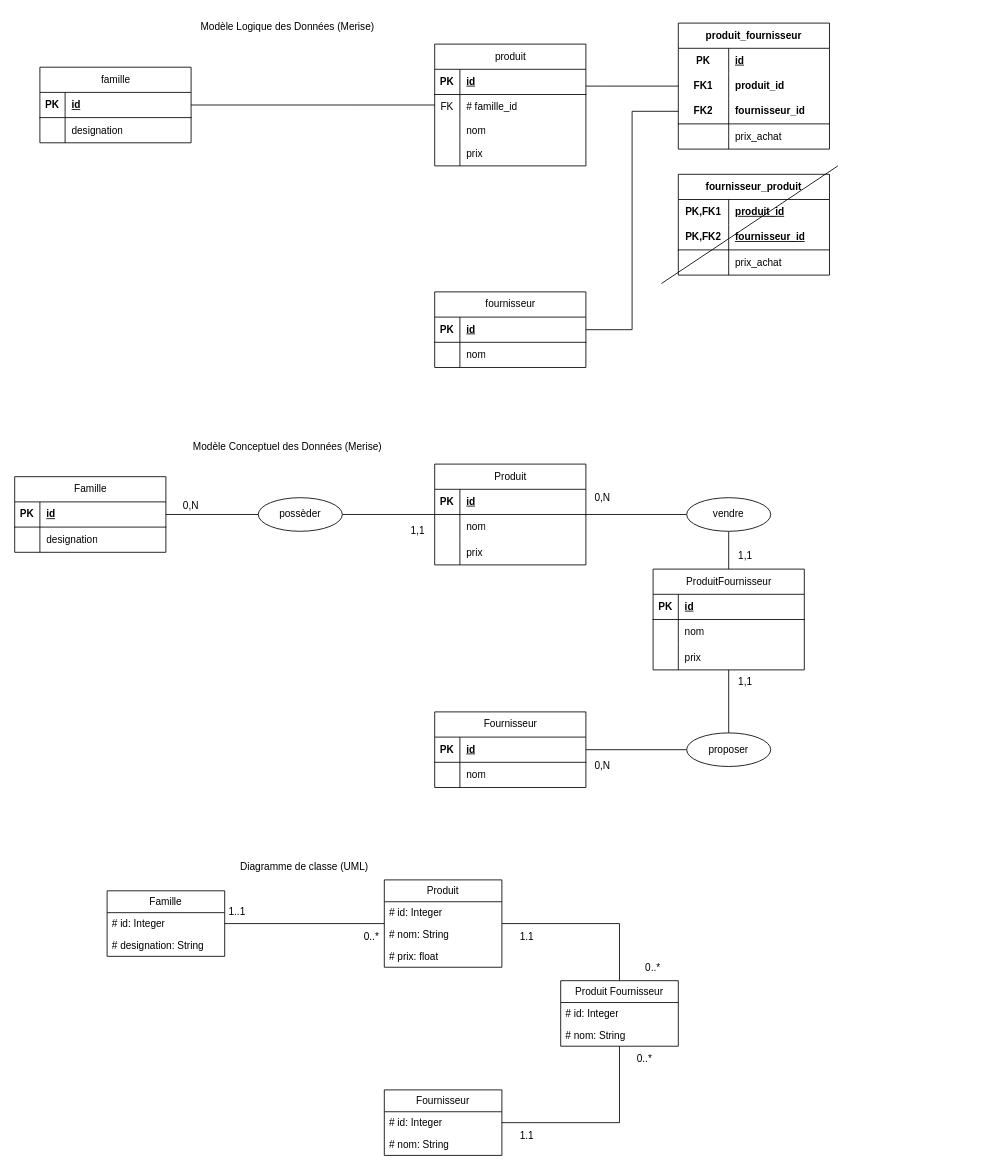
fbansept/negosud_di_l3 keeps this draw.io diagram as negosud_di_l3.drawio. Above is the earlier version. Source tidied: cells renumbered, new cells numbered last; positions are measured from the earlier drawing's top-left corner, leaving out a move shared by most shapes. Both pictures are drawn from the tidied source at 84%, with x=0, y=0 at pixel (14, 14).
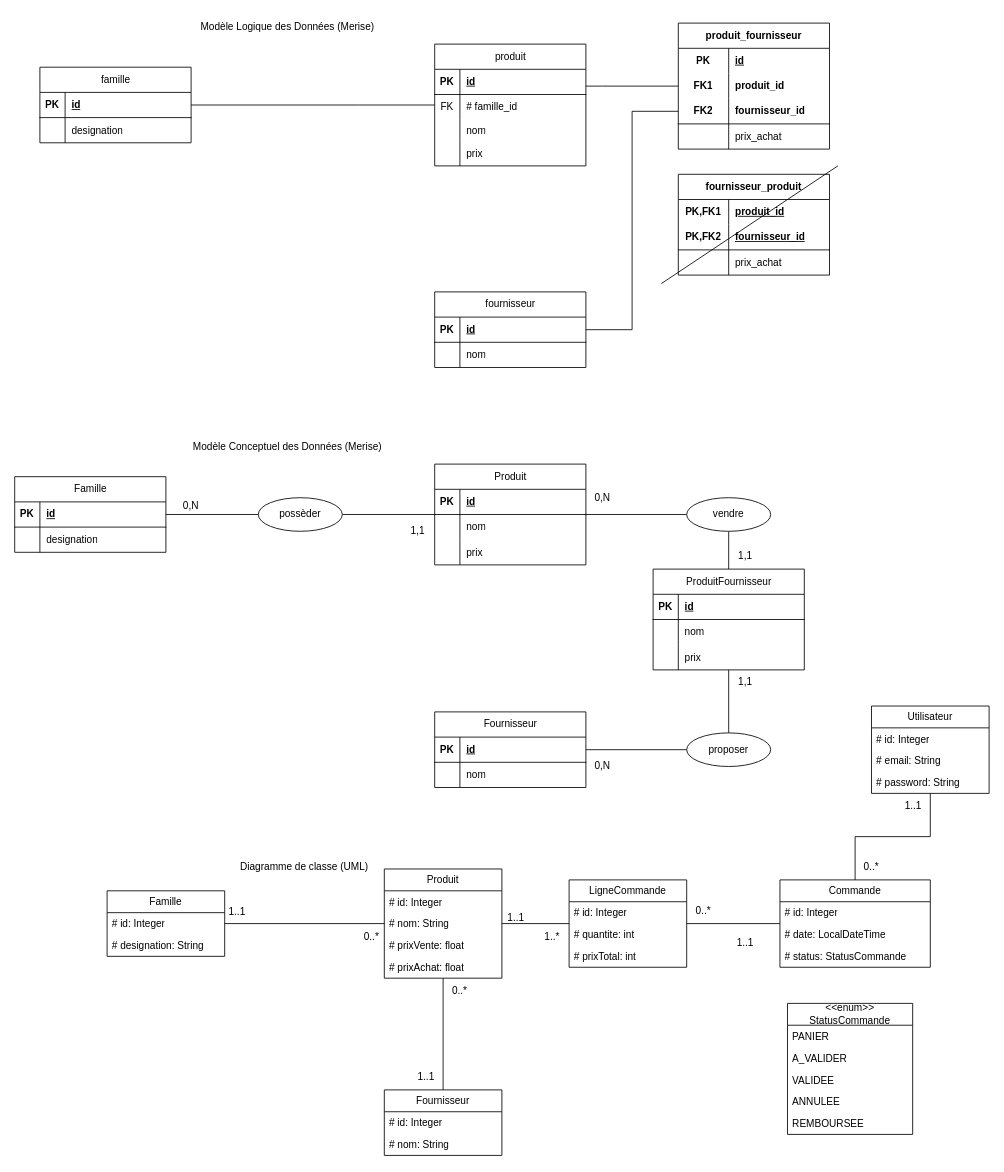
After the change.

Unchanged cells that the change refers to:
```xml
<mxCell id="37" value="Fournisseur" style="swimlane;fontStyle=0;horizontal=1;startSize=26;fillColor=none;whiteSpace=wrap;html=1;" parent="1" vertex="1">
  <mxGeometry x="440" y="1280" width="140" height="78" as="geometry" />
</mxCell>
```

What changed in the source:
```diff
@@
-    <mxCell id="3" style="edgeStyle=orthogonalEdgeStyle;rounded=0;jettySize=auto;html=1;endArrow=none;endFill=0;" parent="1" edge="1" source="4" target="125">
-      <mxGeometry relative="1" as="geometry" />
-    </mxCell>
+    <mxCell id="130" style="edgeStyle=orthogonalEdgeStyle;rounded=0;jettySize=auto;html=1;endArrow=none;endFill=0;" parent="1" edge="1" source="4" target="37">
+      <mxGeometry relative="1" as="geometry" />
+    </mxCell>
+    <mxCell id="131" style="edgeStyle=orthogonalEdgeStyle;rounded=0;jettySize=auto;html=1;endArrow=none;endFill=0;" parent="1" edge="1" source="4" target="142">
+      <mxGeometry relative="1" as="geometry" />
+    </mxCell>
     <mxCell id="4" value="Produit" style="swimlane;fontStyle=0;horizontal=1;startSize=26;fillColor=none;whiteSpace=wrap;html=1;" parent="1" vertex="1">
-      <mxGeometry x="440" y="1030" width="140" height="104" as="geometry" />
+      <mxGeometry x="440" y="1017" width="140" height="130" as="geometry" />
     </mxCell>
@@
+    <mxCell id="132" value="# prixVente: float" style="text;strokeColor=none;fillColor=none;align=left;verticalAlign=top;spacingLeft=4;spacingRight=4;overflow=hidden;whiteSpace=wrap;html=1;" parent="4" vertex="1">
+      <mxGeometry y="78" width="140" height="26" as="geometry" />
+    </mxCell>
-    <mxCell id="7" value="# prix: float" style="text;strokeColor=none;fillColor=none;align=left;verticalAlign=top;spacingLeft=4;spacingRight=4;overflow=hidden;whiteSpace=wrap;html=1;" parent="4" vertex="1">
-      <mxGeometry y="78" width="140" height="26" as="geometry" />
+    <mxCell id="7" value="# prixAchat: float" style="text;strokeColor=none;fillColor=none;align=left;verticalAlign=top;spacingLeft=4;spacingRight=4;overflow=hidden;whiteSpace=wrap;html=1;" parent="4" vertex="1">
+      <mxGeometry y="104" width="140" height="26" as="geometry" />
     </mxCell>
@@
-    <mxCell id="40" value="0..*" style="text;html=1;whiteSpace=wrap;strokeColor=none;fillColor=none;align=center;verticalAlign=middle;rounded=0;" parent="1" vertex="1">
-      <mxGeometry x="720" y="1228" width="60" height="30" as="geometry" />
-    </mxCell>
-    <mxCell id="41" value="0..*" style="text;html=1;whiteSpace=wrap;strokeColor=none;fillColor=none;align=center;verticalAlign=middle;rounded=0;" parent="1" vertex="1">
-      <mxGeometry x="730" y="1120" width="60" height="30" as="geometry" />
-    </mxCell>
@@
-    <mxCell id="124" style="edgeStyle=orthogonalEdgeStyle;rounded=0;jettySize=auto;html=1;endArrow=none;endFill=0;" parent="1" edge="1" source="125" target="37">
-      <mxGeometry relative="1" as="geometry">
-        <Array as="points">
-          <mxPoint x="720" y="1319" />
-        </Array>
-      </mxGeometry>
-    </mxCell>
-    <mxCell id="125" value="Produit Fournisseur" style="swimlane;fontStyle=0;horizontal=1;startSize=26;fillColor=none;whiteSpace=wrap;html=1;" parent="1" vertex="1">
-      <mxGeometry x="650" y="1150" width="140" height="78" as="geometry" />
-    </mxCell>
-    <mxCell id="126" value="# id: Integer" style="text;strokeColor=none;fillColor=none;align=left;verticalAlign=top;spacingLeft=4;spacingRight=4;overflow=hidden;whiteSpace=wrap;html=1;" parent="125" vertex="1">
-      <mxGeometry y="26" width="140" height="26" as="geometry" />
-    </mxCell>
-    <mxCell id="127" value="# nom: String" style="text;strokeColor=none;fillColor=none;align=left;verticalAlign=top;spacingLeft=4;spacingRight=4;overflow=hidden;whiteSpace=wrap;html=1;" parent="125" vertex="1">
-      <mxGeometry y="52" width="140" height="26" as="geometry" />
-    </mxCell>
-    <mxCell id="128" value="1.1" style="text;html=1;whiteSpace=wrap;strokeColor=none;fillColor=none;align=center;verticalAlign=middle;rounded=0;" parent="1" vertex="1">
-      <mxGeometry x="580" y="1083" width="60" height="30" as="geometry" />
-    </mxCell>
-    <mxCell id="129" value="1.1" style="text;html=1;whiteSpace=wrap;strokeColor=none;fillColor=none;align=center;verticalAlign=middle;rounded=0;" parent="1" vertex="1">
-      <mxGeometry x="580" y="1320" width="60" height="30" as="geometry" />
-    </mxCell>
+    <mxCell id="133" value="0..*" style="text;html=1;whiteSpace=wrap;strokeColor=none;fillColor=none;align=center;verticalAlign=middle;rounded=0;" parent="1" vertex="1">
+      <mxGeometry x="500" y="1147" width="60" height="30" as="geometry" />
+    </mxCell>
+    <mxCell id="134" value="1..1" style="text;html=1;whiteSpace=wrap;strokeColor=none;fillColor=none;align=center;verticalAlign=middle;rounded=0;" parent="1" vertex="1">
+      <mxGeometry x="460" y="1250" width="60" height="30" as="geometry" />
+    </mxCell>
+    <mxCell id="135" style="edgeStyle=orthogonalEdgeStyle;rounded=0;jettySize=auto;html=1;endArrow=none;endFill=0;" parent="1" edge="1" source="136" target="142">
+      <mxGeometry relative="1" as="geometry" />
+    </mxCell>
+    <mxCell id="136" value="Commande" style="swimlane;fontStyle=0;horizontal=1;startSize=26;fillColor=none;whiteSpace=wrap;html=1;" parent="1" vertex="1">
+      <mxGeometry x="911" y="1030" width="179" height="104" as="geometry" />
+    </mxCell>
+    <mxCell id="137" value="# id: Integer" style="text;strokeColor=none;fillColor=none;align=left;verticalAlign=top;spacingLeft=4;spacingRight=4;overflow=hidden;whiteSpace=wrap;html=1;" parent="136" vertex="1">
+      <mxGeometry y="26" width="179" height="26" as="geometry" />
+    </mxCell>
+    <mxCell id="138" value="# date: LocalDateTime" style="text;strokeColor=none;fillColor=none;align=left;verticalAlign=top;spacingLeft=4;spacingRight=4;overflow=hidden;whiteSpace=wrap;html=1;" parent="136" vertex="1">
+      <mxGeometry y="52" width="179" height="26" as="geometry" />
+    </mxCell>
+    <mxCell id="139" value="# status: StatusCommande" style="text;strokeColor=none;fillColor=none;align=left;verticalAlign=top;spacingLeft=4;spacingRight=4;overflow=hidden;whiteSpace=wrap;html=1;" parent="136" vertex="1">
+      <mxGeometry y="78" width="179" height="26" as="geometry" />
+    </mxCell>
+    <mxCell id="140" value="0..*" style="text;html=1;whiteSpace=wrap;strokeColor=none;fillColor=none;align=center;verticalAlign=middle;rounded=0;" parent="1" vertex="1">
+      <mxGeometry x="790" y="1052" width="60" height="30" as="geometry" />
+    </mxCell>
+    <mxCell id="141" value="1..*" style="text;html=1;whiteSpace=wrap;strokeColor=none;fillColor=none;align=center;verticalAlign=middle;rounded=0;" parent="1" vertex="1">
+      <mxGeometry x="610" y="1083" width="60" height="30" as="geometry" />
+    </mxCell>
+    <mxCell id="142" value="LigneCommande" style="swimlane;fontStyle=0;horizontal=1;startSize=26;fillColor=none;whiteSpace=wrap;html=1;" parent="1" vertex="1">
+      <mxGeometry x="660" y="1030" width="140" height="104" as="geometry" />
+    </mxCell>
+    <mxCell id="143" value="# id: Integer" style="text;strokeColor=none;fillColor=none;align=left;verticalAlign=top;spacingLeft=4;spacingRight=4;overflow=hidden;whiteSpace=wrap;html=1;" parent="142" vertex="1">
+      <mxGeometry y="26" width="140" height="26" as="geometry" />
+    </mxCell>
+    <mxCell id="144" value="# quantite: int" style="text;strokeColor=none;fillColor=none;align=left;verticalAlign=top;spacingLeft=4;spacingRight=4;overflow=hidden;whiteSpace=wrap;html=1;" parent="142" vertex="1">
+      <mxGeometry y="52" width="140" height="26" as="geometry" />
+    </mxCell>
+    <mxCell id="145" value="# prixTotal: int" style="text;strokeColor=none;fillColor=none;align=left;verticalAlign=top;spacingLeft=4;spacingRight=4;overflow=hidden;whiteSpace=wrap;html=1;" parent="142" vertex="1">
+      <mxGeometry y="78" width="140" height="26" as="geometry" />
+    </mxCell>
+    <mxCell id="146" value="1..1" style="text;html=1;whiteSpace=wrap;strokeColor=none;fillColor=none;align=center;verticalAlign=middle;rounded=0;" parent="1" vertex="1">
+      <mxGeometry x="567" y="1060" width="60" height="30" as="geometry" />
+    </mxCell>
+    <mxCell id="147" value="1..1" style="text;html=1;whiteSpace=wrap;strokeColor=none;fillColor=none;align=center;verticalAlign=middle;rounded=0;" parent="1" vertex="1">
+      <mxGeometry x="840" y="1090" width="60" height="30" as="geometry" />
+    </mxCell>
+    <mxCell id="148" value="&lt;span style=&quot;text-align: left;&quot;&gt;&amp;lt;&amp;lt;enum&amp;gt;&amp;gt; StatusCommande&lt;/span&gt;" style="swimlane;fontStyle=0;horizontal=1;startSize=26;fillColor=none;whiteSpace=wrap;html=1;" parent="1" vertex="1">
+      <mxGeometry x="920" y="1177" width="149" height="156" as="geometry" />
+    </mxCell>
+    <mxCell id="149" value="PANIER" style="text;strokeColor=none;fillColor=none;align=left;verticalAlign=top;spacingLeft=4;spacingRight=4;overflow=hidden;whiteSpace=wrap;html=1;" parent="148" vertex="1">
+      <mxGeometry y="26" width="149" height="26" as="geometry" />
+    </mxCell>
+    <mxCell id="150" value="A_VALIDER" style="text;strokeColor=none;fillColor=none;align=left;verticalAlign=top;spacingLeft=4;spacingRight=4;overflow=hidden;whiteSpace=wrap;html=1;" parent="148" vertex="1">
+      <mxGeometry y="52" width="149" height="26" as="geometry" />
+    </mxCell>
+    <mxCell id="151" value="VALIDEE" style="text;strokeColor=none;fillColor=none;align=left;verticalAlign=top;spacingLeft=4;spacingRight=4;overflow=hidden;whiteSpace=wrap;html=1;" parent="148" vertex="1">
+      <mxGeometry y="78" width="149" height="26" as="geometry" />
+    </mxCell>
+    <mxCell id="152" value="ANNULEE" style="text;strokeColor=none;fillColor=none;align=left;verticalAlign=top;spacingLeft=4;spacingRight=4;overflow=hidden;whiteSpace=wrap;html=1;" parent="148" vertex="1">
+      <mxGeometry y="104" width="149" height="26" as="geometry" />
+    </mxCell>
+    <mxCell id="153" value="REMBOURSEE" style="text;strokeColor=none;fillColor=none;align=left;verticalAlign=top;spacingLeft=4;spacingRight=4;overflow=hidden;whiteSpace=wrap;html=1;" parent="148" vertex="1">
+      <mxGeometry y="130" width="149" height="26" as="geometry" />
+    </mxCell>
+    <mxCell id="154" style="edgeStyle=orthogonalEdgeStyle;rounded=0;jettySize=auto;html=1;endArrow=none;endFill=0;" parent="1" edge="1" source="155" target="136">
+      <mxGeometry relative="1" as="geometry" />
+    </mxCell>
+    <mxCell id="155" value="Utilisateur" style="swimlane;fontStyle=0;horizontal=1;startSize=26;fillColor=none;whiteSpace=wrap;html=1;" parent="1" vertex="1">
+      <mxGeometry x="1020" y="823" width="140" height="104" as="geometry" />
+    </mxCell>
+    <mxCell id="156" value="# id: Integer" style="text;strokeColor=none;fillColor=none;align=left;verticalAlign=top;spacingLeft=4;spacingRight=4;overflow=hidden;whiteSpace=wrap;html=1;" parent="155" vertex="1">
+      <mxGeometry y="26" width="140" height="26" as="geometry" />
+    </mxCell>
+    <mxCell id="157" value="# email: String" style="text;strokeColor=none;fillColor=none;align=left;verticalAlign=top;spacingLeft=4;spacingRight=4;overflow=hidden;whiteSpace=wrap;html=1;" parent="155" vertex="1">
+      <mxGeometry y="52" width="140" height="26" as="geometry" />
+    </mxCell>
+    <mxCell id="158" value="# password: String" style="text;strokeColor=none;fillColor=none;align=left;verticalAlign=top;spacingLeft=4;spacingRight=4;overflow=hidden;whiteSpace=wrap;html=1;" parent="155" vertex="1">
+      <mxGeometry y="78" width="140" height="26" as="geometry" />
+    </mxCell>
+    <mxCell id="159" value="0..*" style="text;html=1;whiteSpace=wrap;strokeColor=none;fillColor=none;align=center;verticalAlign=middle;rounded=0;" parent="1" vertex="1">
+      <mxGeometry x="990" y="1000" width="60" height="30" as="geometry" />
+    </mxCell>
+    <mxCell id="160" value="1..1" style="text;html=1;whiteSpace=wrap;strokeColor=none;fillColor=none;align=center;verticalAlign=middle;rounded=0;" parent="1" vertex="1">
+      <mxGeometry x="1040" y="927" width="60" height="30" as="geometry" />
+    </mxCell>
```
